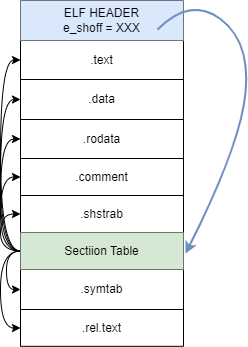
SixPlusAndTimes/drawio keeps this draw.io diagram as 编译链接/第三章.drawio.png. Above is the earlier version. Source tidied: cells renumbered, new cells last; positions are measured from the earlier drawing's top-left corner, leaving out a move shared by most shapes. The source it was exported from:
```xml
<mxGraphModel>
  <root>
    <mxCell id="0" />
    <mxCell id="1" parent="0" />
    <mxCell id="2" style="shape=table;startSize=0;" parent="1" vertex="1">
      <mxGeometry x="14" y="4" width="163" height="345.8" as="geometry" />
    </mxCell>
    <mxCell id="3" style="shape=tableRow;horizontal=0;startSize=0;swimlaneHead=0;swimlaneBody=0;top=0;left=0;bottom=0;right=0;fillColor=none;" parent="2" vertex="1">
      <mxGeometry width="163" height="40" as="geometry" />
    </mxCell>
    <mxCell id="4" value="ELF HEADER&lt;br&gt;e_shoff = XXX" style="shape=partialRectangle;html=1;whiteSpace=wrap;overflow=hidden;fillColor=#dae8fc;top=0;left=0;bottom=0;right=0;strokeColor=#6c8ebf;" parent="3" vertex="1">
      <mxGeometry width="163" height="40" as="geometry" />
    </mxCell>
    <mxCell id="5" style="shape=tableRow;horizontal=0;startSize=0;swimlaneHead=0;swimlaneBody=0;top=0;left=0;bottom=0;right=0;fillColor=none;points=[[0,0.5],[1,0.5]];portConstraint=eastwest;" parent="2" vertex="1">
      <mxGeometry y="40" width="163" height="39" as="geometry" />
    </mxCell>
    <mxCell id="6" value=".text" style="shape=partialRectangle;html=1;whiteSpace=wrap;overflow=hidden;fillColor=none;top=0;left=0;bottom=0;right=0;" parent="5" vertex="1">
      <mxGeometry width="163" height="39" as="geometry" />
    </mxCell>
    <mxCell id="7" style="shape=tableRow;horizontal=0;startSize=0;swimlaneHead=0;swimlaneBody=0;top=0;left=0;bottom=0;right=0;fillColor=none;points=[[0,0.5],[1,0.5]];portConstraint=eastwest;" parent="2" vertex="1">
      <mxGeometry y="79" width="163" height="40" as="geometry" />
    </mxCell>
    <mxCell id="8" value=".data" style="shape=partialRectangle;html=1;whiteSpace=wrap;overflow=hidden;fillColor=none;top=0;left=0;bottom=0;right=0;" parent="7" vertex="1">
      <mxGeometry width="163" height="40" as="geometry" />
    </mxCell>
    <mxCell id="9" style="shape=tableRow;horizontal=0;startSize=0;swimlaneHead=0;swimlaneBody=0;top=0;left=0;bottom=0;right=0;fillColor=none;points=[[0,0.5],[1,0.5]];portConstraint=eastwest;" parent="2" vertex="1">
      <mxGeometry y="119" width="163" height="39" as="geometry" />
    </mxCell>
    <mxCell id="10" value=".rodata" style="shape=partialRectangle;html=1;whiteSpace=wrap;overflow=hidden;fillColor=none;top=0;left=0;bottom=0;right=0;" parent="9" vertex="1">
      <mxGeometry width="163" height="39" as="geometry" />
    </mxCell>
    <mxCell id="11" style="shape=tableRow;horizontal=0;startSize=0;swimlaneHead=0;swimlaneBody=0;top=0;left=0;bottom=0;right=0;fillColor=none;points=[[0,0.5],[1,0.5]];portConstraint=eastwest;" parent="2" vertex="1">
      <mxGeometry y="158" width="163" height="37" as="geometry" />
    </mxCell>
    <mxCell id="12" value=".comment" style="shape=partialRectangle;html=1;whiteSpace=wrap;overflow=hidden;fillColor=none;top=0;left=0;bottom=0;right=0;" parent="11" vertex="1">
      <mxGeometry width="163" height="37" as="geometry" />
    </mxCell>
    <mxCell id="13" style="shape=tableRow;horizontal=0;startSize=0;swimlaneHead=0;swimlaneBody=0;top=0;left=0;bottom=0;right=0;fillColor=none;points=[[0,0.5],[1,0.5]];portConstraint=eastwest;" parent="2" vertex="1">
      <mxGeometry y="195" width="163" height="37" as="geometry" />
    </mxCell>
    <mxCell id="14" value=".shstrab" style="shape=partialRectangle;html=1;whiteSpace=wrap;overflow=hidden;fillColor=none;top=0;left=0;bottom=0;right=0;" parent="13" vertex="1">
      <mxGeometry width="163" height="37" as="geometry" />
    </mxCell>
    <mxCell id="15" style="edgeStyle=orthogonalEdgeStyle;rounded=0;jettySize=auto;html=1;exitX=0;exitY=0.5;exitDx=0;exitDy=0;entryX=0;entryY=0.5;entryDx=0;entryDy=0;strokeWidth=1;curved=1;" parent="2" edge="1" source="22" target="5">
      <mxGeometry relative="1" as="geometry" />
    </mxCell>
    <mxCell id="16" style="edgeStyle=orthogonalEdgeStyle;curved=1;rounded=0;jettySize=auto;html=1;exitX=0;exitY=0.5;exitDx=0;exitDy=0;entryX=0;entryY=0.5;entryDx=0;entryDy=0;strokeWidth=1;" parent="2" edge="1" source="22" target="7">
      <mxGeometry relative="1" as="geometry" />
    </mxCell>
    <mxCell id="17" style="edgeStyle=orthogonalEdgeStyle;curved=1;rounded=0;jettySize=auto;html=1;exitX=0;exitY=0.5;exitDx=0;exitDy=0;entryX=0;entryY=0.5;entryDx=0;entryDy=0;strokeWidth=1;" parent="2" edge="1" source="22" target="9">
      <mxGeometry relative="1" as="geometry" />
    </mxCell>
    <mxCell id="18" style="edgeStyle=orthogonalEdgeStyle;curved=1;rounded=0;jettySize=auto;html=1;exitX=0;exitY=0.5;exitDx=0;exitDy=0;entryX=0;entryY=0.5;entryDx=0;entryDy=0;strokeWidth=1;" parent="2" edge="1" source="22" target="11">
      <mxGeometry relative="1" as="geometry" />
    </mxCell>
    <mxCell id="19" style="edgeStyle=orthogonalEdgeStyle;curved=1;rounded=0;jettySize=auto;html=1;exitX=0;exitY=0.5;exitDx=0;exitDy=0;strokeWidth=1;" parent="2" edge="1" source="22" target="13">
      <mxGeometry relative="1" as="geometry" />
    </mxCell>
    <mxCell id="20" style="edgeStyle=orthogonalEdgeStyle;curved=1;rounded=0;jettySize=auto;html=1;exitX=0;exitY=0.5;exitDx=0;exitDy=0;entryX=0;entryY=0.5;entryDx=0;entryDy=0;strokeWidth=1;" parent="2" edge="1" source="22" target="26">
      <mxGeometry relative="1" as="geometry" />
    </mxCell>
    <mxCell id="21" style="edgeStyle=orthogonalEdgeStyle;curved=1;rounded=0;jettySize=auto;html=1;exitX=0;exitY=0.5;exitDx=0;exitDy=0;entryX=0;entryY=0.5;entryDx=0;entryDy=0;strokeWidth=1;" parent="2" edge="1" source="22" target="24">
      <mxGeometry relative="1" as="geometry">
        <Array as="points">
          <mxPoint x="-14" y="251" />
          <mxPoint x="-14" y="289" />
        </Array>
      </mxGeometry>
    </mxCell>
    <mxCell id="22" style="shape=tableRow;horizontal=0;startSize=0;swimlaneHead=0;swimlaneBody=0;top=0;left=0;bottom=0;right=0;fillColor=none;points=[[0,0.5],[1,0.5]];portConstraint=eastwest;" parent="2" vertex="1">
      <mxGeometry y="232" width="163" height="37" as="geometry" />
    </mxCell>
    <mxCell id="23" value="Sectiion Table" style="shape=partialRectangle;html=1;whiteSpace=wrap;overflow=hidden;fillColor=#d5e8d4;top=0;left=0;bottom=0;right=0;strokeColor=#82b366;" parent="22" vertex="1">
      <mxGeometry width="163" height="37" as="geometry" />
    </mxCell>
    <mxCell id="24" style="shape=tableRow;horizontal=0;startSize=0;swimlaneHead=0;swimlaneBody=0;top=0;left=0;bottom=0;right=0;fillColor=none;points=[[0,0.5],[1,0.5]];portConstraint=eastwest;" parent="2" vertex="1">
      <mxGeometry y="269" width="163" height="40" as="geometry" />
    </mxCell>
    <mxCell id="25" value=".symtab" style="shape=partialRectangle;html=1;whiteSpace=wrap;overflow=hidden;fillColor=none;top=0;left=0;bottom=0;right=0;" parent="24" vertex="1">
      <mxGeometry width="163" height="40" as="geometry" />
    </mxCell>
    <mxCell id="26" style="shape=tableRow;horizontal=0;startSize=0;swimlaneHead=0;swimlaneBody=0;top=0;left=0;bottom=0;right=0;fillColor=none;points=[[0,0.5],[1,0.5]];portConstraint=eastwest;" parent="2" vertex="1">
      <mxGeometry y="309" width="163" height="37" as="geometry" />
    </mxCell>
    <mxCell id="27" value=".rel.text" style="shape=partialRectangle;html=1;whiteSpace=wrap;overflow=hidden;fillColor=none;top=0;left=0;bottom=0;right=0;" parent="26" vertex="1">
      <mxGeometry width="163" height="37" as="geometry" />
    </mxCell>
    <mxCell id="28" style="curved=1;endArrow=classic;html=1;rounded=0;entryX=1.012;entryY=0.732;entryDx=0;entryDy=0;entryPerimeter=0;fillColor=#dae8fc;strokeColor=#6c8ebf;strokeWidth=2;" parent="1" edge="1" target="2">
      <mxGeometry relative="1" as="geometry">
        <mxPoint x="151" y="33" as="sourcePoint" />
        <Array as="points">
          <mxPoint x="184" />
          <mxPoint x="244" y="45" />
          <mxPoint x="234" y="148" />
        </Array>
      </mxGeometry>
    </mxCell>
  </root>
</mxGraphModel>
```
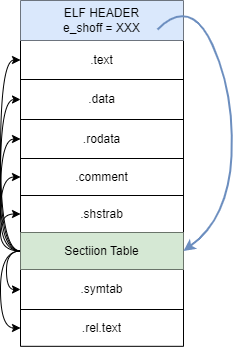
Above is the later version.

Commit message:
更新第三章.drawio.png

What changed in the source:
```diff
@@ -85,13 +85,13 @@
     <mxCell id="27" value=".rel.text" style="shape=partialRectangle;html=1;whiteSpace=wrap;overflow=hidden;fillColor=none;top=0;left=0;bottom=0;right=0;" parent="26" vertex="1">
       <mxGeometry width="163" height="37" as="geometry" />
     </mxCell>
-    <mxCell id="28" style="curved=1;endArrow=classic;html=1;rounded=0;entryX=1.012;entryY=0.732;entryDx=0;entryDy=0;entryPerimeter=0;fillColor=#dae8fc;strokeColor=#6c8ebf;strokeWidth=2;" parent="1" edge="1" target="2">
+    <mxCell id="28" style="curved=1;endArrow=classic;html=1;rounded=0;entryX=1;entryY=0.5;entryDx=0;entryDy=0;fillColor=#dae8fc;strokeColor=#6c8ebf;strokeWidth=2;" parent="1" edge="1" target="22">
       <mxGeometry relative="1" as="geometry">
         <mxPoint x="151" y="33" as="sourcePoint" />
         <Array as="points">
           <mxPoint x="184" />
-          <mxPoint x="244" y="45" />
-          <mxPoint x="234" y="148" />
+          <mxPoint x="228" y="97" />
+          <mxPoint x="222" y="222" />
         </Array>
       </mxGeometry>
     </mxCell>
```
